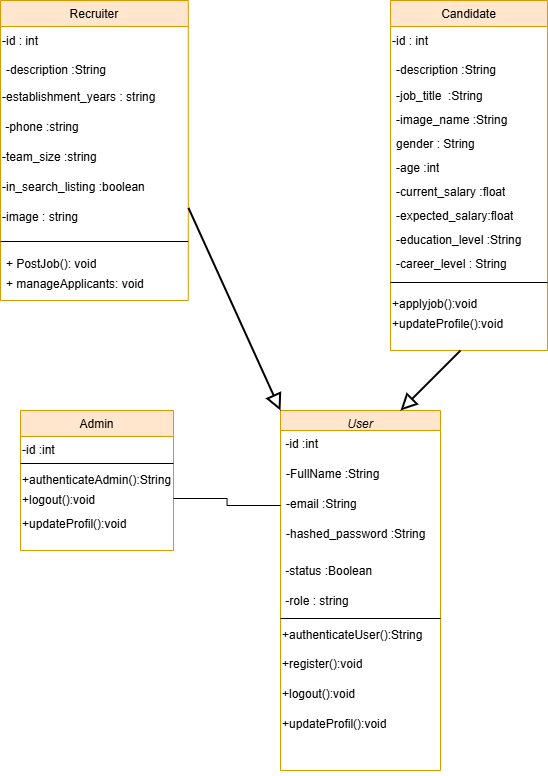
The draw.io diagram Diagramme classe sprint1.png in chirine1/-project, before a commit. Source tidied: cells renumbered, new cells last; positions are measured from the earlier drawing's top-left corner, leaving out a move shared by most shapes.
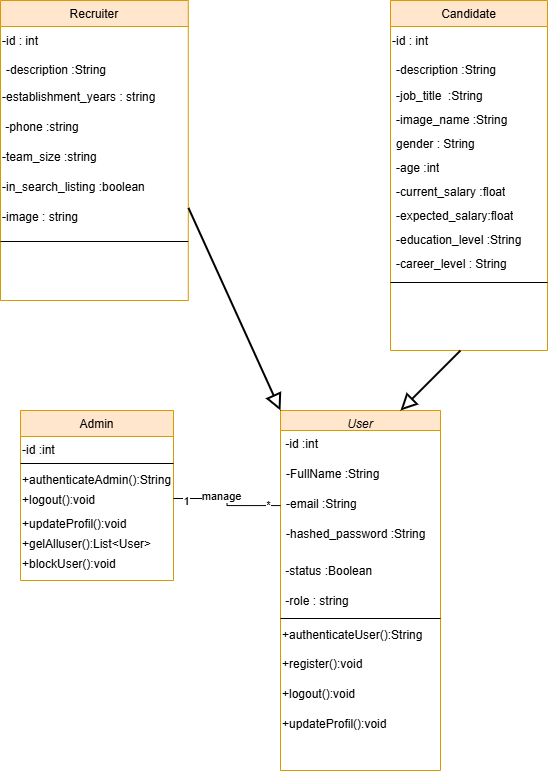
Later version of the same file.

Commit message:
Mettre à jour Diagramme classe sprint1.png

The edit, as a diff of the source:
```diff
@@ -29,12 +29,6 @@
     <mxCell id="10" style="line;html=1;strokeWidth=1;align=left;verticalAlign=middle;spacingTop=-1;spacingLeft=3;spacingRight=3;labelPosition=right;" parent="2" vertex="1">
       <mxGeometry y="232" width="187.8" height="18" as="geometry" />
     </mxCell>
-    <mxCell id="11" value="+ PostJob(): void" style="text;strokeColor=none;fillColor=none;align=left;verticalAlign=top;spacingLeft=4;spacingRight=4;overflow=hidden;whiteSpace=wrap;html=1;" parent="2" vertex="1">
-      <mxGeometry y="250" width="187.8" height="20" as="geometry" />
-    </mxCell>
-    <mxCell id="12" value="+ manageApplicants: void" style="text;strokeColor=none;fillColor=none;align=left;verticalAlign=top;spacingLeft=4;spacingRight=4;overflow=hidden;whiteSpace=wrap;html=1;" parent="2" vertex="1">
-      <mxGeometry y="270" width="187.8" height="20" as="geometry" />
-    </mxCell>
     <mxCell id="13" value="Candidate" style="swimlane;fontStyle=0;align=center;verticalAlign=top;horizontal=1;startSize=26;rounded=0;shadow=0;strokeWidth=1;fillColor=#ffe6cc;strokeColor=#d79b00;" parent="1" vertex="1">
       <mxGeometry x="390" width="157" height="350" as="geometry" />
     </mxCell>
@@ -71,12 +65,6 @@
     <mxCell id="24" style="line;html=1;strokeWidth=1;align=left;verticalAlign=middle;spacingTop=-1;spacingLeft=3;spacingRight=3;labelPosition=right;" parent="13" vertex="1">
       <mxGeometry y="274" width="157" height="16" as="geometry" />
     </mxCell>
-    <mxCell id="25" value="&lt;div style=&quot;forced-color-adjust: none; text-align: left;&quot;&gt;+applyjob():void&lt;/div&gt;&lt;div style=&quot;forced-color-adjust: none; text-align: left;&quot;&gt;&lt;br style=&quot;forced-color-adjust: none; color: rgb(0, 0, 0); font-family: Helvetica; font-size: 12px; font-style: normal; font-variant-ligatures: normal; font-variant-caps: normal; font-weight: 400; letter-spacing: normal; orphans: 2; text-align: left; text-indent: 0px; text-transform: none; widows: 2; word-spacing: 0px; -webkit-text-stroke-width: 0px; white-space: nowrap; background-color: rgb(251, 251, 251); text-decoration-thickness: initial; text-decoration-style: initial; text-decoration-color: initial;&quot;&gt;&lt;br&gt;&lt;br&gt;&lt;/div&gt;" style="text;whiteSpace=wrap;html=1;" parent="13" vertex="1">
-      <mxGeometry y="290" width="157" height="20" as="geometry" />
-    </mxCell>
-    <mxCell id="26" value="&lt;div style=&quot;forced-color-adjust: none; text-align: left;&quot;&gt;+updateProfile():void&lt;/div&gt;&lt;div style=&quot;forced-color-adjust: none; text-align: left;&quot;&gt;&lt;br style=&quot;forced-color-adjust: none; color: rgb(0, 0, 0); font-family: Helvetica; font-size: 12px; font-style: normal; font-variant-ligatures: normal; font-variant-caps: normal; font-weight: 400; letter-spacing: normal; orphans: 2; text-align: left; text-indent: 0px; text-transform: none; widows: 2; word-spacing: 0px; -webkit-text-stroke-width: 0px; white-space: nowrap; background-color: rgb(251, 251, 251); text-decoration-thickness: initial; text-decoration-style: initial; text-decoration-color: initial;&quot;&gt;&lt;br&gt;&lt;br&gt;&lt;/div&gt;" style="text;whiteSpace=wrap;html=1;" parent="13" vertex="1">
-      <mxGeometry y="310" width="157" height="20" as="geometry" />
-    </mxCell>
     <mxCell id="27" value="User" style="swimlane;fontStyle=2;align=center;verticalAlign=top;horizontal=1;startSize=20;rounded=0;shadow=0;strokeWidth=1;fillColor=#ffe6cc;strokeColor=#d79b00;" parent="1" vertex="1">
       <mxGeometry x="280" y="410" width="160" height="360" as="geometry" />
     </mxCell>
@@ -114,7 +102,7 @@
       <mxGeometry y="300" width="160" height="20" as="geometry" />
     </mxCell>
     <mxCell id="39" value="Admin" style="swimlane;fontStyle=0;align=center;verticalAlign=top;horizontal=1;startSize=26;rounded=0;shadow=0;strokeWidth=1;fillColor=#ffe6cc;strokeColor=#d79b00;" parent="1" vertex="1">
-      <mxGeometry x="20" y="410" width="153" height="140" as="geometry" />
+      <mxGeometry x="20" y="410" width="153" height="170" as="geometry" />
     </mxCell>
     <mxCell id="40" value="&lt;span style=&quot;color: rgb(0, 0, 0); font-family: Helvetica; font-size: 12px; font-style: normal; font-variant-ligatures: normal; font-variant-caps: normal; font-weight: 400; letter-spacing: normal; orphans: 2; text-align: left; text-indent: 0px; text-transform: none; widows: 2; word-spacing: 0px; -webkit-text-stroke-width: 0px; background-color: rgb(251, 251, 251); text-decoration-thickness: initial; text-decoration-style: initial; text-decoration-color: initial; float: none; display: inline !important;&quot;&gt;-id :int&lt;/span&gt;" style="text;whiteSpace=wrap;html=1;" parent="39" vertex="1">
       <mxGeometry y="26" width="153" height="24" as="geometry" />
@@ -131,6 +119,12 @@
     <mxCell id="44" value="&lt;div style=&quot;forced-color-adjust: none; text-align: left;&quot;&gt;+updateP&lt;span style=&quot;color: rgba(0, 0, 0, 0); font-family: monospace; font-size: 0px; text-wrap: nowrap; background-color: initial;&quot;&gt;%3CmxGraphModel%3E%3Croot%3E%3CmxCell%20id%3D%220%22%2F%3E%3CmxCell%20id%3D%221%22%20parent%3D%220%22%2F%3E%3CmxCell%20id%3D%222%22%20value%3D%22%26lt%3Bdiv%20style%3D%26quot%3Bforced-color-adjust%3A%20none%3B%20text-align%3A%20left%3B%26quot%3B%26gt%3B%2Bregister()%3Avoid%26lt%3B%2Fdiv%26gt%3B%26lt%3Bdiv%20style%3D%26quot%3Bforced-color-adjust%3A%20none%3B%20text-align%3A%20left%3B%26quot%3B%26gt%3B%26lt%3Bbr%20style%3D%26quot%3Bforced-color-adjust%3A%20none%3B%20color%3A%20rgb(0%2C%200%2C%200)%3B%20font-family%3A%20Helvetica%3B%20font-size%3A%2012px%3B%20font-style%3A%20normal%3B%20font-variant-ligatures%3A%20normal%3B%20font-variant-caps%3A%20normal%3B%20font-weight%3A%20400%3B%20letter-spacing%3A%20normal%3B%20orphans%3A%202%3B%20text-align%3A%20left%3B%20text-indent%3A%200px%3B%20text-transform%3A%20none%3B%20widows%3A%202%3B%20word-spacing%3A%200px%3B%20-webkit-text-stroke-width%3A%200px%3B%20white-space%3A%20nowrap%3B%20background-color%3A%20rgb(251%2C%20251%2C%20251)%3B%20text-decoration-thickness%3A%20initial%3B%20text-decoration-style%3A%20initial%3B%20text-decoration-color%3A%20initial%3B%26quot%3B%26gt%3B%26lt%3Bbr%26gt%3B%26lt%3Bbr%26gt%3B%26lt%3B%2Fdiv%26gt%3B%22%20style%3D%22text%3BwhiteSpace%3Dwrap%3Bhtml%3D1%3B%22%20vertex%3D%221%22%20parent%3D%221%22%3E%3CmxGeometry%20x%3D%22193%22%20y%3D%22-820%22%20width%3D%22160%22%20height%3D%2230%22%20as%3D%22geometry%22%2F%3E%3C%2FmxCell%3E%3C%2Froot%3E%3C%2FmxGraphModel%3E&lt;/span&gt;&lt;span style=&quot;background-color: initial;&quot;&gt;rofil():void&lt;/span&gt;&lt;/div&gt;&lt;div style=&quot;forced-color-adjust: none; text-align: left;&quot;&gt;&lt;br style=&quot;forced-color-adjust: none; color: rgb(0, 0, 0); font-family: Helvetica; font-size: 12px; font-style: normal; font-variant-ligatures: normal; font-variant-caps: normal; font-weight: 400; letter-spacing: normal; orphans: 2; text-align: left; text-indent: 0px; text-transform: none; widows: 2; word-spacing: 0px; -webkit-text-stroke-width: 0px; white-space: nowrap; background-color: rgb(251, 251, 251); text-decoration-thickness: initial; text-decoration-style: initial; text-decoration-color: initial;&quot;&gt;&lt;br&gt;&lt;br&gt;&lt;/div&gt;" style="text;whiteSpace=wrap;html=1;" parent="39" vertex="1">
       <mxGeometry y="100" width="153" height="20" as="geometry" />
     </mxCell>
+    <mxCell id="48" value="&lt;div style=&quot;forced-color-adjust: none; text-align: left;&quot;&gt;+gelAlluser&lt;span style=&quot;background-color: initial;&quot;&gt;():List&amp;lt;User&amp;gt;&lt;/span&gt;&lt;/div&gt;&lt;div style=&quot;forced-color-adjust: none; text-align: left;&quot;&gt;&lt;br style=&quot;forced-color-adjust: none; color: rgb(0, 0, 0); font-family: Helvetica; font-size: 12px; font-style: normal; font-variant-ligatures: normal; font-variant-caps: normal; font-weight: 400; letter-spacing: normal; orphans: 2; text-align: left; text-indent: 0px; text-transform: none; widows: 2; word-spacing: 0px; -webkit-text-stroke-width: 0px; white-space: nowrap; background-color: rgb(251, 251, 251); text-decoration-thickness: initial; text-decoration-style: initial; text-decoration-color: initial;&quot;&gt;&lt;br&gt;&lt;br&gt;&lt;/div&gt;" style="text;whiteSpace=wrap;html=1;" parent="39" vertex="1">
+      <mxGeometry y="120" width="153" height="20" as="geometry" />
+    </mxCell>
+    <mxCell id="49" value="&lt;div style=&quot;forced-color-adjust: none; text-align: left;&quot;&gt;+blockUser&lt;span style=&quot;background-color: initial;&quot;&gt;():void&lt;/span&gt;&lt;/div&gt;&lt;div style=&quot;forced-color-adjust: none; text-align: left;&quot;&gt;&lt;br style=&quot;forced-color-adjust: none; color: rgb(0, 0, 0); font-family: Helvetica; font-size: 12px; font-style: normal; font-variant-ligatures: normal; font-variant-caps: normal; font-weight: 400; letter-spacing: normal; orphans: 2; text-align: left; text-indent: 0px; text-transform: none; widows: 2; word-spacing: 0px; -webkit-text-stroke-width: 0px; white-space: nowrap; background-color: rgb(251, 251, 251); text-decoration-thickness: initial; text-decoration-style: initial; text-decoration-color: initial;&quot;&gt;&lt;br&gt;&lt;br&gt;&lt;/div&gt;" style="text;whiteSpace=wrap;html=1;" parent="39" vertex="1">
+      <mxGeometry y="140" width="153" height="20" as="geometry" />
+    </mxCell>
     <mxCell id="45" style="endArrow=block;endFill=0;endSize=12;html=1;rounded=0;strokeWidth=2;entryX=0;entryY=0;entryDx=0;entryDy=0;exitX=1.001;exitY=0.182;exitDx=0;exitDy=0;exitPerimeter=0;" parent="1" edge="1" source="9" target="27">
       <mxGeometry relative="1" as="geometry" />
     </mxCell>
@@ -142,5 +136,16 @@
     <mxCell id="47" style="edgeStyle=orthogonalEdgeStyle;rounded=0;jettySize=auto;html=1;exitX=1;exitY=0.5;exitDx=0;exitDy=0;endArrow=none;endFill=0;" parent="1" edge="1" source="43" target="30">
       <mxGeometry relative="1" as="geometry" />
     </mxCell>
+    <mxCell id="50" value="1" style="edgeLabel;html=1;align=center;verticalAlign=middle;" parent="47" vertex="1">
+      <mxGeometry x="-0.78" y="-2" relative="1" as="geometry" />
+    </mxCell>
+    <mxCell id="51" value="*" style="edgeLabel;html=1;align=center;verticalAlign=middle;" parent="47" vertex="1">
+      <mxGeometry x="0.74" y="1" relative="1" as="geometry">
+        <mxPoint x="1" as="offset" />
+      </mxGeometry>
+    </mxCell>
+    <mxCell id="52" value="manage" style="edgeLabel;html=1;align=center;verticalAlign=middle;" parent="47" vertex="1">
+      <mxGeometry x="-0.17" y="3" relative="1" as="geometry" />
+    </mxCell>
   </root>
 </mxGraphModel>
```
